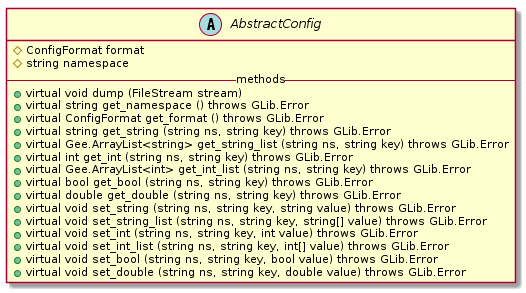
Before: report/figures/design/class/core/abstract-config.png, a diagram exported from PlantUML (geoffjay/comp8506-docs).
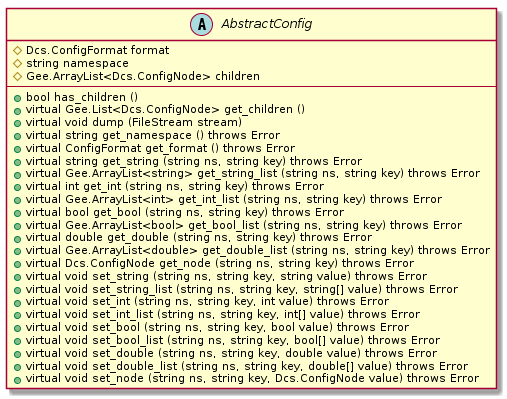
The same file after the commit.

Diff of the diagram source:
```diff
@@ -1,22 +1,31 @@
 @startuml
 abstract class AbstractConfig {
-    #ConfigFormat format
+    #Dcs.ConfigFormat format
     #string namespace
-    -- methods --
+    #Gee.ArrayList<Dcs.ConfigNode> children
+    ----
+    +bool has_children ()
+    +virtual Gee.List<Dcs.ConfigNode> get_children ()
     +virtual void dump (FileStream stream)
-    +virtual string get_namespace () throws GLib.Error
-    +virtual ConfigFormat get_format () throws GLib.Error
-    +virtual string get_string (string ns, string key) throws GLib.Error
-    +virtual Gee.ArrayList<string> get_string_list (string ns, string key) throws GLib.Error
-    +virtual int get_int (string ns, string key) throws GLib.Error
-    +virtual Gee.ArrayList<int> get_int_list (string ns, string key) throws GLib.Error
-    +virtual bool get_bool (string ns, string key) throws GLib.Error
-    +virtual double get_double (string ns, string key) throws GLib.Error
-    +virtual void set_string (string ns, string key, string value) throws GLib.Error
-    +virtual void set_string_list (string ns, string key, string[] value) throws GLib.Error
-    +virtual void set_int (string ns, string key, int value) throws GLib.Error
-    +virtual void set_int_list (string ns, string key, int[] value) throws GLib.Error
-    +virtual void set_bool (string ns, string key, bool value) throws GLib.Error
-    +virtual void set_double (string ns, string key, double value) throws GLib.Error
+    +virtual string get_namespace () throws Error
+    +virtual ConfigFormat get_format () throws Error
+    +virtual string get_string (string ns, string key) throws Error
+    +virtual Gee.ArrayList<string> get_string_list (string ns, string key) throws Error
+    +virtual int get_int (string ns, string key) throws Error
+    +virtual Gee.ArrayList<int> get_int_list (string ns, string key) throws Error
+    +virtual bool get_bool (string ns, string key) throws Error
+    +virtual Gee.ArrayList<bool> get_bool_list (string ns, string key) throws Error
+    +virtual double get_double (string ns, string key) throws Error
+    +virtual Gee.ArrayList<double> get_double_list (string ns, string key) throws Error
+    +virtual Dcs.ConfigNode get_node (string ns, string key) throws Error
+    +virtual void set_string (string ns, string key, string value) throws Error
+    +virtual void set_string_list (string ns, string key, string[] value) throws Error
+    +virtual void set_int (string ns, string key, int value) throws Error
+    +virtual void set_int_list (string ns, string key, int[] value) throws Error
+    +virtual void set_bool (string ns, string key, bool value) throws Error
+    +virtual void set_bool_list (string ns, string key, bool[] value) throws Error
+    +virtual void set_double (string ns, string key, double value) throws Error
+    +virtual void set_double_list (string ns, string key, double[] value) throws Error
+    +virtual void set_node (string ns, string key, Dcs.ConfigNode value) throws Error
 }
 @enduml
```
